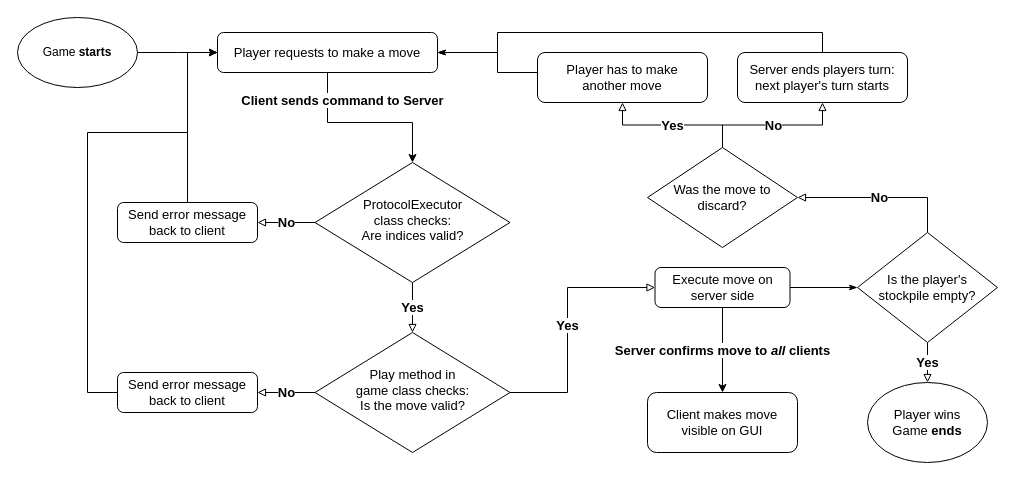
The draw.io diagram 00_General/Presentation/MS 3/Ablaufdiagramm.drawio in gjoyet/skipBo, before the edit. Source tidied: cells renumbered, new cells numbered last; positions are measured from the earlier drawing's top-left corner, leaving out a move shared by most shapes. Both pictures are drawn from the tidied source at 100%, with x=0, y=0 at pixel (17, 17).
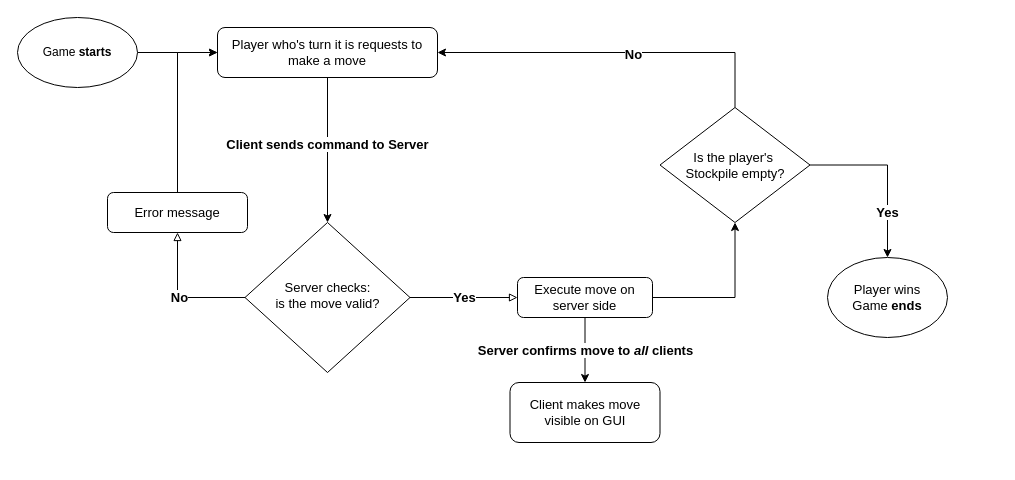
After the change.

Commit message (it also covers changes not shown here):
Updated sequence diagram in powerpoint.

Change to the diagram source:
```diff
@@
     <mxCell id="2" value="&lt;b style=&quot;font-size: 13px&quot;&gt;&lt;span&gt;Client sends command to Server&lt;/span&gt;&lt;br&gt;&lt;/b&gt;" style="edgeStyle=orthogonalEdgeStyle;rounded=0;jettySize=auto;html=1;entryX=0.5;entryY=0;entryDx=0;entryDy=0;endArrow=classic;endFill=1;" parent="1" edge="1" source="3" target="6">
-      <mxGeometry x="-0.68" y="15" relative="1" as="geometry">
-        <Array as="points">
-          <mxPoint x="310" y="105" />
-          <mxPoint x="395" y="105" />
-        </Array>
-      </mxGeometry>
+      <mxGeometry x="-0.07" relative="1" as="geometry" />
     </mxCell>
-    <mxCell id="3" value="&lt;font style=&quot;font-size: 13px&quot;&gt;Player requests to make a move&lt;/font&gt;" style="rounded=1;whiteSpace=wrap;html=1;fontSize=12;glass=0;strokeWidth=1;shadow=0;" parent="1" vertex="1">
-      <mxGeometry x="200" y="15" width="220" height="40" as="geometry" />
+    <mxCell id="3" value="&lt;font style=&quot;font-size: 13px&quot;&gt;Player who's turn it is requests to make a move&lt;/font&gt;" style="rounded=1;whiteSpace=wrap;html=1;fontSize=12;glass=0;strokeWidth=1;shadow=0;" parent="1" vertex="1">
+      <mxGeometry x="200" y="10" width="220" height="50" as="geometry" />
     </mxCell>
-    <mxCell id="4" value="&lt;font style=&quot;font-size: 13px;&quot;&gt;No&lt;/font&gt;" style="edgeStyle=orthogonalEdgeStyle;rounded=0;jettySize=auto;html=1;entryX=1;entryY=0.5;entryDx=0;entryDy=0;endArrow=block;endFill=0;fontStyle=1;fontSize=13;" parent="1" edge="1" source="6" target="8">
+    <mxCell id="4" value="&lt;font style=&quot;font-size: 13px;&quot;&gt;No&lt;/font&gt;" style="edgeStyle=orthogonalEdgeStyle;rounded=0;jettySize=auto;html=1;entryX=0.5;entryY=1;entryDx=0;entryDy=0;endArrow=block;endFill=0;fontStyle=1;fontSize=13;exitX=0;exitY=0.5;exitDx=0;exitDy=0;" parent="1" edge="1" source="6" target="8">
       <mxGeometry relative="1" as="geometry" />
     </mxCell>
-    <mxCell id="5" value="&lt;font style=&quot;font-size: 13px&quot;&gt;&lt;b&gt;Yes&lt;/b&gt;&lt;/font&gt;" style="edgeStyle=orthogonalEdgeStyle;rounded=0;jettySize=auto;html=1;entryX=0.5;entryY=0;entryDx=0;entryDy=0;endArrow=block;endFill=0;" parent="1" edge="1" source="6" target="16">
+    <mxCell id="5" value="&lt;font style=&quot;font-size: 13px&quot;&gt;&lt;b&gt;Yes&lt;/b&gt;&lt;/font&gt;" style="edgeStyle=orthogonalEdgeStyle;rounded=0;jettySize=auto;html=1;entryX=0;entryY=0.5;entryDx=0;entryDy=0;endArrow=block;endFill=0;" parent="1" edge="1" source="6" target="13">
       <mxGeometry relative="1" as="geometry" />
     </mxCell>
-    <mxCell id="6" value="&lt;font style=&quot;font-size: 13px&quot;&gt;ProtocolExecutor &lt;br&gt;class checks:&lt;br&gt;Are indices valid?&lt;/font&gt;" style="rhombus;whiteSpace=wrap;html=1;shadow=0;fontFamily=Helvetica;fontSize=12;align=center;strokeWidth=1;spacing=6;spacingTop=-4;" parent="1" vertex="1">
-      <mxGeometry x="297.5" y="145" width="195" height="120" as="geometry" />
+    <mxCell id="6" value="&lt;font size=&quot;2&quot;&gt;Server checks:&lt;br&gt;is the move valid?&lt;br&gt;&lt;/font&gt;" style="rhombus;whiteSpace=wrap;html=1;shadow=0;fontFamily=Helvetica;fontSize=12;align=center;strokeWidth=1;spacing=6;spacingTop=-4;" parent="1" vertex="1">
+      <mxGeometry x="227.5" y="205" width="165" height="150" as="geometry" />
     </mxCell>
@@
-    <mxCell id="8" value="&lt;font style=&quot;font-size: 13px&quot;&gt;Send error message back to client&lt;/font&gt;" style="rounded=1;whiteSpace=wrap;html=1;fontSize=12;glass=0;strokeWidth=1;shadow=0;" parent="1" vertex="1">
-      <mxGeometry x="100" y="185" width="140" height="40" as="geometry" />
+    <mxCell id="8" value="&lt;font style=&quot;font-size: 13px&quot;&gt;Error message&lt;/font&gt;" style="rounded=1;whiteSpace=wrap;html=1;fontSize=12;glass=0;strokeWidth=1;shadow=0;" parent="1" vertex="1">
+      <mxGeometry x="90" y="175" width="140" height="40" as="geometry" />
     </mxCell>
-    <mxCell id="9" style="edgeStyle=orthogonalEdgeStyle;rounded=0;jettySize=auto;html=1;exitX=0;exitY=0.5;exitDx=0;exitDy=0;entryX=0;entryY=0.5;entryDx=0;entryDy=0;endArrow=classicThin;endFill=1;" parent="1" edge="1" source="10" target="3">
-      <mxGeometry relative="1" as="geometry">
-        <Array as="points">
-          <mxPoint x="70" y="375" />
-          <mxPoint x="70" y="115" />
-          <mxPoint x="170" y="115" />
-          <mxPoint x="170" y="35" />
-        </Array>
-      </mxGeometry>
-    </mxCell>
-    <mxCell id="10" value="&lt;font style=&quot;font-size: 13px&quot;&gt;Send error message back to client&lt;/font&gt;" style="rounded=1;whiteSpace=wrap;html=1;fontSize=12;glass=0;strokeWidth=1;shadow=0;" parent="1" vertex="1">
-      <mxGeometry x="100" y="355" width="140" height="40" as="geometry" />
-    </mxCell>
@@
-    <mxCell id="12" style="edgeStyle=orthogonalEdgeStyle;rounded=0;jettySize=auto;html=1;entryX=0;entryY=0.5;entryDx=0;entryDy=0;endArrow=classicThin;endFill=1;fontSize=13;" parent="1" edge="1" source="13" target="27">
-      <mxGeometry relative="1" as="geometry" />
-    </mxCell>
+    <mxCell id="31" style="edgeStyle=orthogonalEdgeStyle;rounded=0;jettySize=auto;html=1;exitX=1;exitY=0.5;exitDx=0;exitDy=0;entryX=0.5;entryY=1;entryDx=0;entryDy=0;" parent="1" edge="1" source="13" target="20">
+      <mxGeometry relative="1" as="geometry" />
+    </mxCell>
     <mxCell id="13" value="&lt;font style=&quot;font-size: 13px&quot;&gt;Execute move on server side&lt;/font&gt;" style="rounded=1;whiteSpace=wrap;html=1;fontSize=12;glass=0;strokeWidth=1;shadow=0;" parent="1" vertex="1">
-      <mxGeometry x="637.5" y="250" width="135" height="40" as="geometry" />
+      <mxGeometry x="500" y="260" width="135" height="40" as="geometry" />
     </mxCell>
-    <mxCell id="14" value="&lt;font style=&quot;font-size: 13px&quot;&gt;&lt;b&gt;No&lt;/b&gt;&lt;/font&gt;" style="edgeStyle=orthogonalEdgeStyle;rounded=0;jettySize=auto;html=1;endArrow=block;endFill=0;" parent="1" edge="1" source="16" target="10">
-      <mxGeometry relative="1" as="geometry" />
-    </mxCell>
-    <mxCell id="15" value="&lt;font style=&quot;font-size: 13px&quot;&gt;&lt;b&gt;Yes&lt;/b&gt;&lt;/font&gt;" style="edgeStyle=orthogonalEdgeStyle;rounded=0;jettySize=auto;html=1;entryX=0;entryY=0.5;entryDx=0;entryDy=0;endArrow=block;endFill=0;" parent="1" edge="1" source="16" target="13">
-      <mxGeometry relative="1" as="geometry">
-        <Array as="points">
-          <mxPoint x="550" y="375" />
-          <mxPoint x="550" y="270" />
-        </Array>
-      </mxGeometry>
-    </mxCell>
-    <mxCell id="16" value="&lt;font style=&quot;font-size: 13px&quot;&gt;Play method in &lt;br&gt;game class checks:&lt;br&gt;Is the move valid?&lt;/font&gt;" style="rhombus;whiteSpace=wrap;html=1;shadow=0;fontFamily=Helvetica;fontSize=12;align=center;strokeWidth=1;spacing=6;spacingTop=-4;" parent="1" vertex="1">
-      <mxGeometry x="297.5" y="315" width="195" height="120" as="geometry" />
-    </mxCell>
     <mxCell id="17" value="&lt;font style=&quot;font-size: 13px&quot;&gt;Client makes move visible on GUI&lt;/font&gt;" style="rounded=1;whiteSpace=wrap;html=1;" parent="1" vertex="1">
-      <mxGeometry x="630" y="375" width="150" height="60" as="geometry" />
+      <mxGeometry x="492.5" y="365" width="150" height="60" as="geometry" />
     </mxCell>
-    <mxCell id="18" value="&lt;font style=&quot;font-size: 13px&quot;&gt;&lt;b&gt;No&lt;/b&gt;&lt;/font&gt;" style="edgeStyle=orthogonalEdgeStyle;rounded=0;jettySize=auto;html=1;endArrow=block;endFill=0;" parent="1" edge="1" source="20" target="22">
-      <mxGeometry relative="1" as="geometry" />
-    </mxCell>
-    <mxCell id="19" value="&lt;font style=&quot;font-size: 13px&quot;&gt;&lt;b&gt;Yes&lt;/b&gt;&lt;/font&gt;" style="edgeStyle=orthogonalEdgeStyle;rounded=0;jettySize=auto;html=1;entryX=0.5;entryY=1;entryDx=0;entryDy=0;endArrow=block;endFill=0;" parent="1" edge="1" source="20" target="24">
-      <mxGeometry relative="1" as="geometry" />
-    </mxCell>
+    <mxCell id="32" value="&lt;font style=&quot;font-size: 13px&quot;&gt;&lt;b&gt;Yes&lt;/b&gt;&lt;/font&gt;" style="edgeStyle=orthogonalEdgeStyle;rounded=0;jettySize=auto;html=1;exitX=1;exitY=0.5;exitDx=0;exitDy=0;entryX=0.5;entryY=0;entryDx=0;entryDy=0;" parent="1" edge="1" source="20" target="28">
+      <mxGeometry x="0.47" relative="1" as="geometry" />
+    </mxCell>
+    <mxCell id="33" style="edgeStyle=orthogonalEdgeStyle;rounded=0;jettySize=auto;html=1;entryX=1;entryY=0.5;entryDx=0;entryDy=0;" parent="1" edge="1" source="20" target="3">
+      <mxGeometry relative="1" as="geometry">
+        <Array as="points">
+          <mxPoint x="718" y="35" />
+        </Array>
+      </mxGeometry>
+    </mxCell>
+    <mxCell id="34" value="&lt;b&gt;&lt;font style=&quot;font-size: 13px&quot;&gt;No&lt;/font&gt;&lt;/b&gt;" style="edgeLabel;html=1;align=center;verticalAlign=middle;" parent="33" vertex="1">
+      <mxGeometry x="-0.11" y="1" relative="1" as="geometry" />
+    </mxCell>
-    <mxCell id="20" value="&lt;font style=&quot;font-size: 13px&quot;&gt;Was the move to discard?&lt;/font&gt;" style="rhombus;whiteSpace=wrap;html=1;" parent="1" vertex="1">
-      <mxGeometry x="630" y="130" width="150" height="100" as="geometry" />
+    <mxCell id="20" value="&lt;font style=&quot;font-size: 13px&quot;&gt;Is the player's&amp;nbsp;&lt;br&gt;Stockpile empty?&lt;br&gt;&lt;/font&gt;" style="rhombus;whiteSpace=wrap;html=1;" parent="1" vertex="1">
+      <mxGeometry x="642.5" y="90" width="150" height="115" as="geometry" />
     </mxCell>
-    <mxCell id="21" style="edgeStyle=orthogonalEdgeStyle;rounded=0;jettySize=auto;html=1;entryX=1;entryY=0.5;entryDx=0;entryDy=0;endArrow=classicThin;endFill=1;exitX=0.5;exitY=0;exitDx=0;exitDy=0;" parent="1" edge="1" source="22" target="3">
-      <mxGeometry relative="1" as="geometry">
-        <Array as="points">
-          <mxPoint x="805" y="15" />
-          <mxPoint x="480" y="15" />
-          <mxPoint x="480" y="35" />
-        </Array>
-      </mxGeometry>
-    </mxCell>
-    <mxCell id="22" value="&lt;font style=&quot;font-size: 13px&quot;&gt;Server ends players turn: next player's turn starts&lt;/font&gt;" style="rounded=1;whiteSpace=wrap;html=1;" parent="1" vertex="1">
-      <mxGeometry x="720" y="35" width="170" height="50" as="geometry" />
-    </mxCell>
-    <mxCell id="23" style="edgeStyle=orthogonalEdgeStyle;rounded=0;jettySize=auto;html=1;entryX=1;entryY=0.5;entryDx=0;entryDy=0;endArrow=classicThin;endFill=1;" parent="1" edge="1" source="24" target="3">
-      <mxGeometry relative="1" as="geometry">
-        <Array as="points">
-          <mxPoint x="480" y="55" />
-          <mxPoint x="480" y="35" />
-        </Array>
-      </mxGeometry>
-    </mxCell>
-    <mxCell id="24" value="&lt;font style=&quot;font-size: 13px&quot;&gt;Player has to make &lt;br&gt;another move&lt;/font&gt;" style="rounded=1;whiteSpace=wrap;html=1;" parent="1" vertex="1">
-      <mxGeometry x="520" y="35" width="170" height="50" as="geometry" />
-    </mxCell>
-    <mxCell id="25" value="&lt;b&gt;No&lt;/b&gt;" style="edgeStyle=orthogonalEdgeStyle;rounded=0;jettySize=auto;html=1;exitX=0.5;exitY=0;exitDx=0;exitDy=0;entryX=1;entryY=0.5;entryDx=0;entryDy=0;endArrow=block;endFill=0;fontSize=13;" parent="1" edge="1" source="27" target="20">
-      <mxGeometry relative="1" as="geometry" />
-    </mxCell>
-    <mxCell id="26" value="&lt;b&gt;Yes&lt;/b&gt;" style="edgeStyle=orthogonalEdgeStyle;rounded=0;jettySize=auto;html=1;exitX=0.5;exitY=1;exitDx=0;exitDy=0;endArrow=block;endFill=0;fontSize=13;" parent="1" edge="1" source="27" target="28">
-      <mxGeometry relative="1" as="geometry" />
-    </mxCell>
-    <mxCell id="27" value="Is the player's &lt;br&gt;stockpile empty?" style="rhombus;whiteSpace=wrap;html=1;fontSize=13;" parent="1" vertex="1">
-      <mxGeometry x="840" y="215" width="140" height="110" as="geometry" />
-    </mxCell>
     <mxCell id="28" value="&lt;font style=&quot;font-size: 13px&quot;&gt;Player wins&lt;br&gt;Game&lt;b&gt; ends&lt;br&gt;&lt;/b&gt;&lt;/font&gt;" style="ellipse;whiteSpace=wrap;html=1;" parent="1" vertex="1">
-      <mxGeometry x="850" y="365" width="120" height="80" as="geometry" />
+      <mxGeometry x="810" y="240" width="120" height="80" as="geometry" />
     </mxCell>
```
